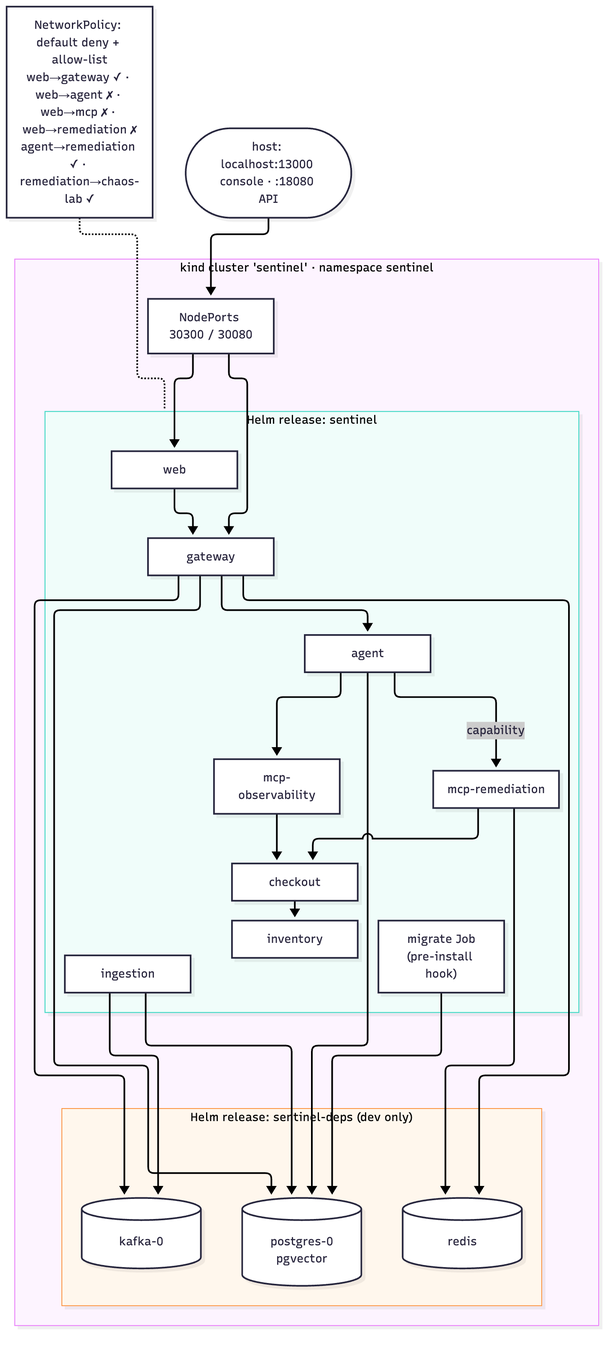
Earlier version of the Mermaid export docs/handbook/images/13-kind.png (abdulmdev/sentinel-incident-copilot). Its source is kept beside it as docs/handbook/diagrams/13-kind.mmd. The source it was exported from:
```mermaid
flowchart TB
  HOST([host: localhost:13000 console · :18080 API]) --> NP
  subgraph kind["kind cluster 'sentinel' · namespace sentinel"]
    NP[NodePorts 30300 / 30080]
    subgraph rel1["Helm release: sentinel"]
      WEB[web] --> GW[gateway] --> AG[agent] --> MO[mcp-observability] --> CK[checkout] --> INV[inventory]
      AG -->|capability| MR[mcp-remediation] --> CK
      ING[ingestion]
      JOB["migrate Job<br/>(pre-install hook)"]
    end
    subgraph rel2["Helm release: sentinel-deps (dev only)"]
      PG[(postgres-0<br/>pgvector)]
      KF[(kafka-0)]
      RD[(redis)]
    end
    NP --> WEB & GW
    GW & ING & AG & JOB --> PG
    GW & ING --> KF
    GW & MR --> RD
  end
  NPOL["NetworkPolicy: default deny + allow-list<br/>web→gateway ✓ · web→agent ✗ · web→mcp ✗ · web→remediation ✗<br/>agent→remediation ✓ · remediation→chaos-lab ✓"] -.- rel1
```
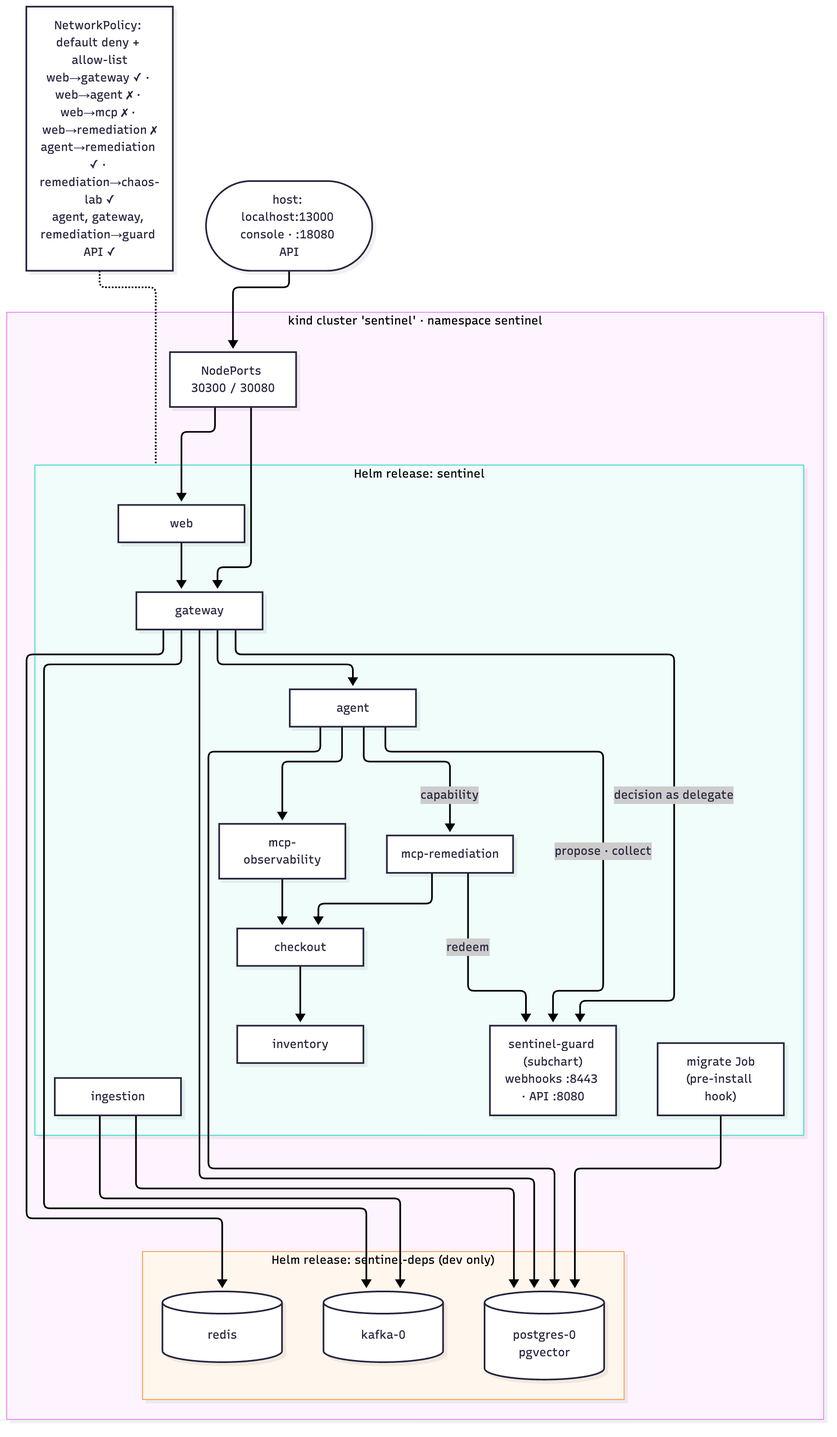
The same diagram one commit later.

Diff of the diagram source:
```diff
@@ -5,6 +5,10 @@
     subgraph rel1["Helm release: sentinel"]
       WEB[web] --> GW[gateway] --> AG[agent] --> MO[mcp-observability] --> CK[checkout] --> INV[inventory]
       AG -->|capability| MR[mcp-remediation] --> CK
+      SG["sentinel-guard (subchart)<br/>webhooks :8443 · API :8080"]
+      AG -->|propose · collect| SG
+      GW -->|decision as delegate| SG
+      MR -->|redeem| SG
       ING[ingestion]
       JOB["migrate Job<br/>(pre-install hook)"]
     end
@@ -16,6 +20,6 @@
     NP --> WEB & GW
     GW & ING & AG & JOB --> PG
     GW & ING --> KF
-    GW & MR --> RD
+    GW --> RD
   end
-  NPOL["NetworkPolicy: default deny + allow-list<br/>web→gateway ✓ · web→agent ✗ · web→mcp ✗ · web→remediation ✗<br/>agent→remediation ✓ · remediation→chaos-lab ✓"] -.- rel1
+  NPOL["NetworkPolicy: default deny + allow-list<br/>web→gateway ✓ · web→agent ✗ · web→mcp ✗ · web→remediation ✗<br/>agent→remediation ✓ · remediation→chaos-lab ✓<br/>agent, gateway, remediation→guard API ✓"] -.- rel1
```
